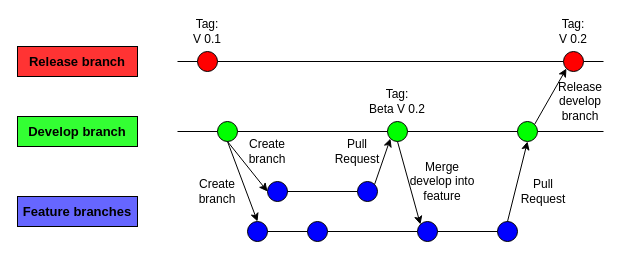
Earlier version of the draw.io diagram Docs/Branching.drawio (jakobhviid/ProjectLeapNode). Source tidied: cells renumbered, new cells numbered last; positions are measured from the earlier drawing's top-left corner, leaving out a move shared by most shapes. Both pictures are drawn from the tidied source at 100%, with x=0, y=0 at pixel (17, 21).
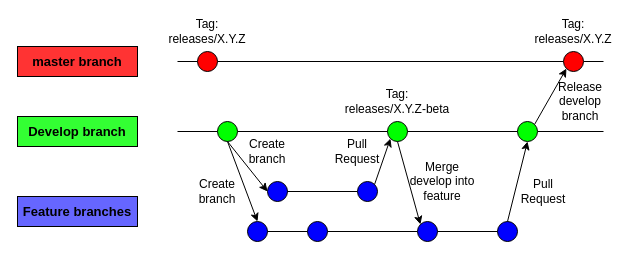
Above is the later version.

Commit message (it also covers changes not shown here):
Updated branching strategy

Diff of the diagram source:
```diff
@@
-    <mxCell id="31" value="Tag:&lt;br&gt;V 0.1" style="text;html=1;strokeColor=none;fillColor=none;align=center;verticalAlign=middle;whiteSpace=wrap;rounded=0;" parent="1" vertex="1">
-      <mxGeometry x="170" width="40" height="20" as="geometry" />
-    </mxCell>
-    <mxCell id="32" value="Tag:&lt;br&gt;V 0.2" style="text;html=1;strokeColor=none;fillColor=none;align=center;verticalAlign=middle;whiteSpace=wrap;rounded=0;" parent="1" vertex="1">
-      <mxGeometry x="536" width="40" height="20" as="geometry" />
-    </mxCell>
@@
-    <mxCell id="40" value="Release branch" style="rounded=0;whiteSpace=wrap;html=1;fillColor=#FF3333;fontStyle=1;fontSize=13;" parent="1" vertex="1">
+    <mxCell id="40" value="master branch" style="rounded=0;whiteSpace=wrap;html=1;fillColor=#FF3333;fontStyle=1;fontSize=13;" parent="1" vertex="1">
       <mxGeometry y="25" width="120" height="30" as="geometry" />
     </mxCell>
@@
-    <mxCell id="43" value="Tag:&lt;br&gt;Beta V 0.2" style="text;html=1;strokeColor=none;fillColor=none;align=center;verticalAlign=middle;whiteSpace=wrap;rounded=0;" parent="1" vertex="1">
-      <mxGeometry x="350" y="70" width="60" height="20" as="geometry" />
-    </mxCell>
+    <mxCell id="44" value="Tag:&lt;br&gt;releases/X.Y.Z" style="text;html=1;strokeColor=none;fillColor=none;align=center;verticalAlign=middle;whiteSpace=wrap;rounded=0;" parent="1" vertex="1">
+      <mxGeometry x="170" width="40" height="20" as="geometry" />
+    </mxCell>
+    <mxCell id="45" value="Tag:&lt;br&gt;releases/X.Y.Z" style="text;html=1;strokeColor=none;fillColor=none;align=center;verticalAlign=middle;whiteSpace=wrap;rounded=0;" parent="1" vertex="1">
+      <mxGeometry x="536" width="40" height="20" as="geometry" />
+    </mxCell>
+    <mxCell id="46" value="Tag:&lt;br&gt;releases/X.Y.Z-beta" style="text;html=1;strokeColor=none;fillColor=none;align=center;verticalAlign=middle;whiteSpace=wrap;rounded=0;" parent="1" vertex="1">
+      <mxGeometry x="320" y="70" width="120" height="20" as="geometry" />
+    </mxCell>
```
